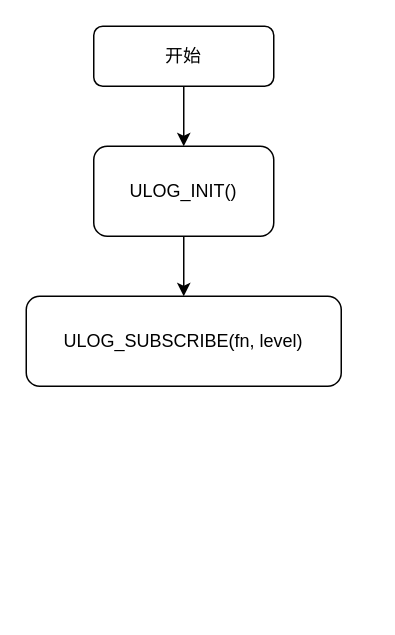
HenleyEn/Note keeps this draw.io diagram as draw.io/ulog.drawio. Above is the earlier version. Source tidied: cells renumbered, new cells numbered last; positions are measured from the earlier drawing's top-left corner, leaving out a move shared by most shapes. Both pictures are drawn from the tidied source at 150%, with x=0, y=0 at pixel (26, 26).
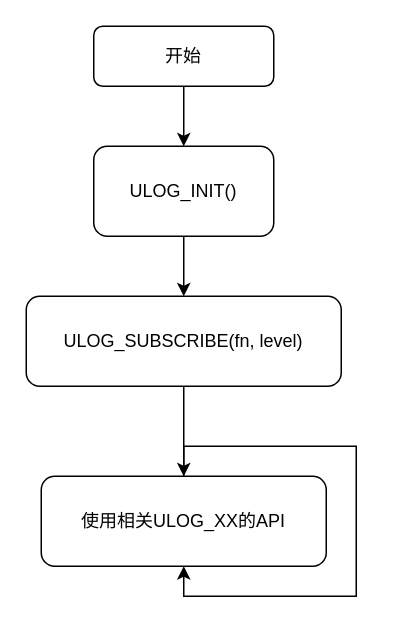
The same diagram, later.

Diff of the diagram source:
```diff
@@
 <mxGraphModel>
   <root>
     <mxCell id="0" />
     <mxCell id="1" parent="0" />
     <mxCell id="2" style="edgeStyle=orthogonalEdgeStyle;rounded=0;jettySize=auto;html=1;" parent="1" edge="1" source="3" target="5">
       <mxGeometry relative="1" as="geometry" />
     </mxCell>
     <mxCell id="3" value="开始" style="rounded=1;whiteSpace=wrap;html=1;" parent="1" vertex="1">
       <mxGeometry x="45" width="120" height="40" as="geometry" />
     </mxCell>
     <mxCell id="4" style="edgeStyle=orthogonalEdgeStyle;rounded=0;jettySize=auto;html=1;" parent="1" edge="1" source="5" target="6">
       <mxGeometry relative="1" as="geometry" />
     </mxCell>
     <mxCell id="5" value="ULOG_INIT()" style="whiteSpace=wrap;html=1;rounded=1;" parent="1" vertex="1">
       <mxGeometry x="45" y="80" width="120" height="60" as="geometry" />
     </mxCell>
+    <mxCell id="7" style="edgeStyle=orthogonalEdgeStyle;rounded=0;jettySize=auto;html=1;" parent="1" edge="1" source="6" target="8">
+      <mxGeometry relative="1" as="geometry" />
+    </mxCell>
     <mxCell id="6" value="ULOG_SUBSCRIBE(fn, level)" style="whiteSpace=wrap;html=1;rounded=1;" parent="1" vertex="1">
       <mxGeometry y="180" width="210" height="60" as="geometry" />
     </mxCell>
+    <mxCell id="8" value="使用相关ULOG_XX的API" style="whiteSpace=wrap;html=1;rounded=1;" parent="1" vertex="1">
+      <mxGeometry x="10" y="300" width="190" height="60" as="geometry" />
+    </mxCell>
+    <mxCell id="9" style="edgeStyle=orthogonalEdgeStyle;rounded=0;orthogonalLoop=1;jettySize=auto;html=1;entryX=0.5;entryY=1;entryDx=0;entryDy=0;" parent="1" edge="1" source="8" target="8">
+      <mxGeometry relative="1" as="geometry" />
+    </mxCell>
   </root>
 </mxGraphModel>
```
